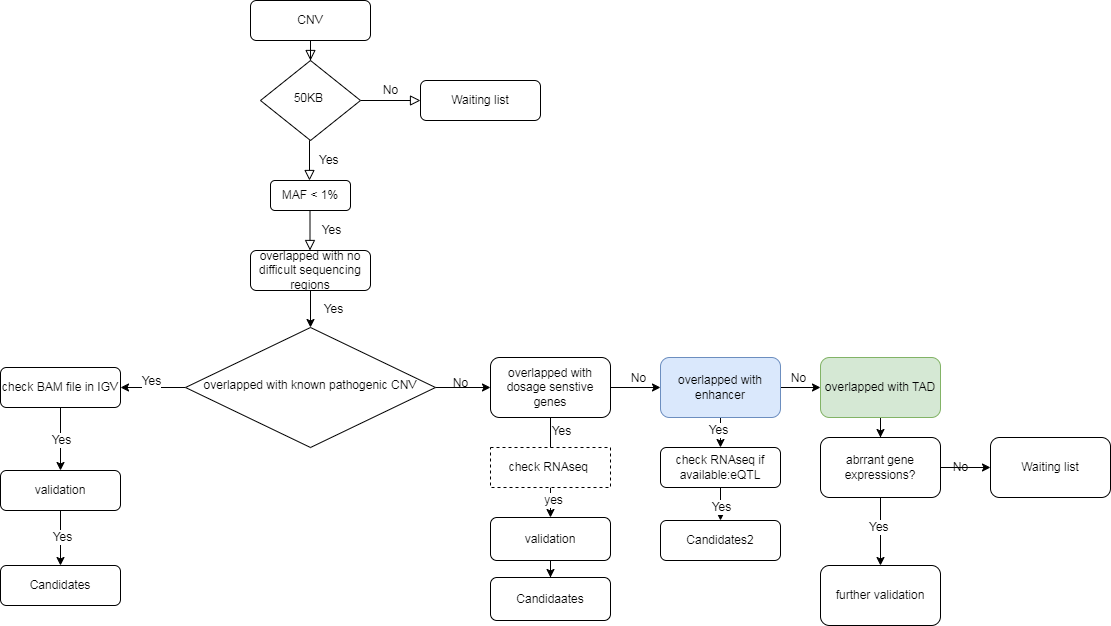
Above: cnv_50kb_pipeline.png in ShirleyLiu-BCH/workflow (draw.io), before the change. Source tidied: cells renumbered, new cells last; positions are measured from the earlier drawing's top-left corner, leaving out a move shared by most shapes.
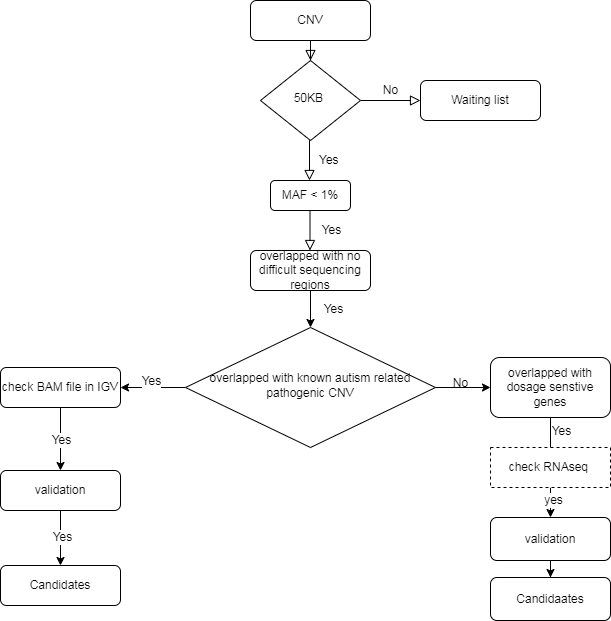
After the change.

What changed in the source:
```diff
@@ -36,7 +36,7 @@
         <mxPoint x="-4" y="-3" as="offset" />
       </mxGeometry>
     </mxCell>
-    <mxCell id="11" value="overlapped with known pathogenic CNV" style="rhombus;whiteSpace=wrap;html=1;shadow=0;fontFamily=Helvetica;fontSize=12;align=center;strokeWidth=1;spacing=6;spacingTop=-4;" parent="1" vertex="1">
+    <mxCell id="11" value="overlapped with known autism related pathogenic CNV" style="rhombus;whiteSpace=wrap;html=1;shadow=0;fontFamily=Helvetica;fontSize=12;align=center;strokeWidth=1;spacing=6;spacingTop=-4;" parent="1" vertex="1">
       <mxGeometry x="185" y="327" width="250" height="120" as="geometry" />
     </mxCell>
     <mxCell id="12" style="edgeStyle=orthogonalEdgeStyle;rounded=0;jettySize=auto;html=1;" parent="1" edge="1" source="14" target="21">
@@ -71,14 +71,6 @@
     <mxCell id="21" value="validation" style="rounded=1;whiteSpace=wrap;html=1;glass=0;strokeWidth=1;shadow=0;" parent="1" vertex="1">
       <mxGeometry y="470" width="120" height="40" as="geometry" />
     </mxCell>
-    <mxCell id="22" style="edgeStyle=orthogonalEdgeStyle;rounded=0;jettySize=auto;html=1;" parent="1" edge="1" source="26" target="31">
-      <mxGeometry relative="1" as="geometry" />
-    </mxCell>
-    <mxCell id="23" value="No" style="edgeLabel;html=1;align=center;verticalAlign=middle;" parent="22" vertex="1">
-      <mxGeometry x="-0.1" y="7" relative="1" as="geometry">
-        <mxPoint x="4" y="-3" as="offset" />
-      </mxGeometry>
-    </mxCell>
     <mxCell id="24" style="edgeStyle=orthogonalEdgeStyle;rounded=0;jettySize=auto;html=1;" parent="1" edge="1" source="26">
       <mxGeometry relative="1" as="geometry">
         <mxPoint x="550" y="470" as="targetPoint" />
@@ -92,23 +84,6 @@
     <mxCell id="26" value="overlapped with dosage senstive genes" style="whiteSpace=wrap;html=1;rounded=1;glass=0;strokeWidth=1;shadow=0;" parent="1" vertex="1">
       <mxGeometry x="490" y="357" width="120" height="60" as="geometry" />
     </mxCell>
-    <mxCell id="27" style="edgeStyle=orthogonalEdgeStyle;rounded=0;jettySize=auto;html=1;" parent="1" edge="1" source="31" target="37">
-      <mxGeometry relative="1" as="geometry" />
-    </mxCell>
-    <mxCell id="28" value="Yes" style="edgeLabel;html=1;align=center;verticalAlign=middle;" parent="27" vertex="1">
-      <mxGeometry x="0.1" y="3" relative="1" as="geometry" />
-    </mxCell>
-    <mxCell id="29" style="edgeStyle=orthogonalEdgeStyle;rounded=0;jettySize=auto;html=1;" parent="1" edge="1" source="31" target="44">
-      <mxGeometry relative="1" as="geometry" />
-    </mxCell>
-    <mxCell id="30" value="No" style="edgeLabel;html=1;align=center;verticalAlign=middle;" parent="29" vertex="1">
-      <mxGeometry x="-0.17" y="1" relative="1" as="geometry">
-        <mxPoint y="-9" as="offset" />
-      </mxGeometry>
-    </mxCell>
-    <mxCell id="31" value="overlapped with enhancer" style="whiteSpace=wrap;html=1;rounded=1;glass=0;strokeWidth=1;shadow=0;fillColor=#dae8fc;strokeColor=#6c8ebf;" parent="1" vertex="1">
-      <mxGeometry x="660" y="357" width="120" height="60" as="geometry" />
-    </mxCell>
     <mxCell id="32" style="edgeStyle=orthogonalEdgeStyle;rounded=0;jettySize=auto;html=1;" parent="1" edge="1" source="34" target="39">
       <mxGeometry relative="1" as="geometry" />
     </mxCell>
@@ -118,57 +93,18 @@
     <mxCell id="34" value="check RNAseq&amp;nbsp;" style="whiteSpace=wrap;html=1;rounded=1;glass=0;strokeWidth=1;shadow=0;arcSize=0;dashed=1;" parent="1" vertex="1">
       <mxGeometry x="490" y="447" width="120" height="40" as="geometry" />
     </mxCell>
-    <mxCell id="35" style="edgeStyle=orthogonalEdgeStyle;rounded=0;jettySize=auto;html=1;" parent="1" edge="1" source="37" target="40">
-      <mxGeometry relative="1" as="geometry" />
-    </mxCell>
-    <mxCell id="36" value="Yes" style="edgeLabel;html=1;align=center;verticalAlign=middle;" parent="35" vertex="1">
-      <mxGeometry x="-0.12" relative="1" as="geometry" />
-    </mxCell>
-    <mxCell id="37" value="check RNAseq if available:eQTL" style="whiteSpace=wrap;html=1;rounded=1;glass=0;strokeWidth=1;shadow=0;" parent="1" vertex="1">
-      <mxGeometry x="660" y="447" width="120" height="40" as="geometry" />
-    </mxCell>
     <mxCell id="38" style="edgeStyle=orthogonalEdgeStyle;rounded=0;jettySize=auto;html=1;" parent="1" edge="1" source="39" target="55">
       <mxGeometry relative="1" as="geometry" />
     </mxCell>
     <mxCell id="39" value="validation" style="whiteSpace=wrap;html=1;rounded=1;glass=0;strokeWidth=1;shadow=0;" parent="1" vertex="1">
       <mxGeometry x="490" y="517" width="120" height="43" as="geometry" />
     </mxCell>
-    <mxCell id="40" value="Candidates2" style="whiteSpace=wrap;html=1;rounded=1;glass=0;strokeWidth=1;shadow=0;" parent="1" vertex="1">
-      <mxGeometry x="660" y="520" width="120" height="40" as="geometry" />
-    </mxCell>
     <mxCell id="41" value="Candidates" style="whiteSpace=wrap;html=1;rounded=1;glass=0;strokeWidth=1;shadow=0;" parent="1" vertex="1">
       <mxGeometry y="565" width="120" height="40" as="geometry" />
     </mxCell>
     <mxCell id="42" style="edgeStyle=orthogonalEdgeStyle;rounded=0;orthogonalLoop=1;jettySize=auto;html=1;exitX=0.5;exitY=1;exitDx=0;exitDy=0;" parent="1" edge="1" source="41" target="41">
       <mxGeometry relative="1" as="geometry" />
     </mxCell>
-    <mxCell id="43" style="edgeStyle=orthogonalEdgeStyle;rounded=0;jettySize=auto;html=1;" parent="1" edge="1" source="44" target="48">
-      <mxGeometry relative="1" as="geometry" />
-    </mxCell>
-    <mxCell id="44" value="overlapped with TAD" style="whiteSpace=wrap;html=1;rounded=1;glass=0;strokeWidth=1;shadow=0;fillColor=#d5e8d4;strokeColor=#82b366;" parent="1" vertex="1">
-      <mxGeometry x="820" y="357" width="120" height="60" as="geometry" />
-    </mxCell>
-    <mxCell id="45" style="edgeStyle=orthogonalEdgeStyle;rounded=0;jettySize=auto;html=1;" parent="1" edge="1" source="48" target="49">
-      <mxGeometry relative="1" as="geometry" />
-    </mxCell>
-    <mxCell id="46" value="Yes&amp;nbsp;" style="edgeLabel;html=1;align=center;verticalAlign=middle;" parent="45" vertex="1">
-      <mxGeometry x="-0.15" y="-1" relative="1" as="geometry" />
-    </mxCell>
-    <mxCell id="47" style="edgeStyle=orthogonalEdgeStyle;rounded=0;jettySize=auto;html=1;" parent="1" edge="1" source="48" target="50">
-      <mxGeometry relative="1" as="geometry" />
-    </mxCell>
-    <mxCell id="48" value="abrrant gene expressions?" style="whiteSpace=wrap;html=1;rounded=1;glass=0;strokeWidth=1;shadow=0;" parent="1" vertex="1">
-      <mxGeometry x="820" y="437" width="120" height="60" as="geometry" />
-    </mxCell>
-    <mxCell id="49" value="further validation" style="whiteSpace=wrap;html=1;rounded=1;glass=0;strokeWidth=1;shadow=0;" parent="1" vertex="1">
-      <mxGeometry x="820" y="565" width="120" height="60" as="geometry" />
-    </mxCell>
-    <mxCell id="50" value="Waiting list" style="whiteSpace=wrap;html=1;rounded=1;glass=0;strokeWidth=1;shadow=0;" parent="1" vertex="1">
-      <mxGeometry x="990" y="437" width="120" height="60" as="geometry" />
-    </mxCell>
-    <mxCell id="51" value="No" style="text;html=1;align=center;verticalAlign=middle;strokeColor=none;fillColor=none;" parent="1" vertex="1">
-      <mxGeometry x="940" y="452" width="40" height="30" as="geometry" />
-    </mxCell>
     <mxCell id="52" value="MAF &amp;lt; 1%" style="rounded=1;whiteSpace=wrap;html=1;" parent="1" vertex="1">
       <mxGeometry x="270" y="180" width="80" height="30" as="geometry" />
     </mxCell>
```
